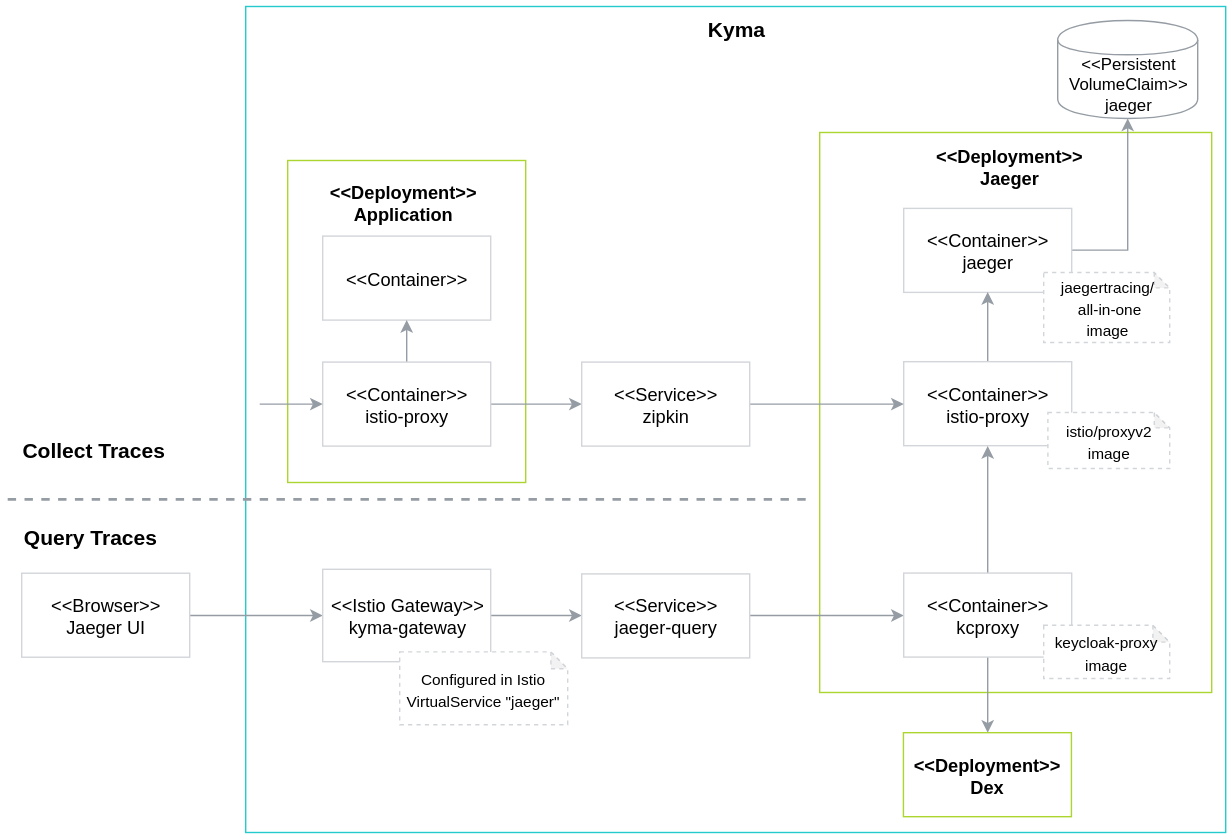
Earlier version of the draw.io export docs/05-technical-reference/03-architecture/assets/obsv-tracing-architecture.svg (kyma-project/kyma). Source tidied: cells renumbered, new cells last; positions are measured from the earlier drawing's top-left corner, leaving out a move shared by most shapes.
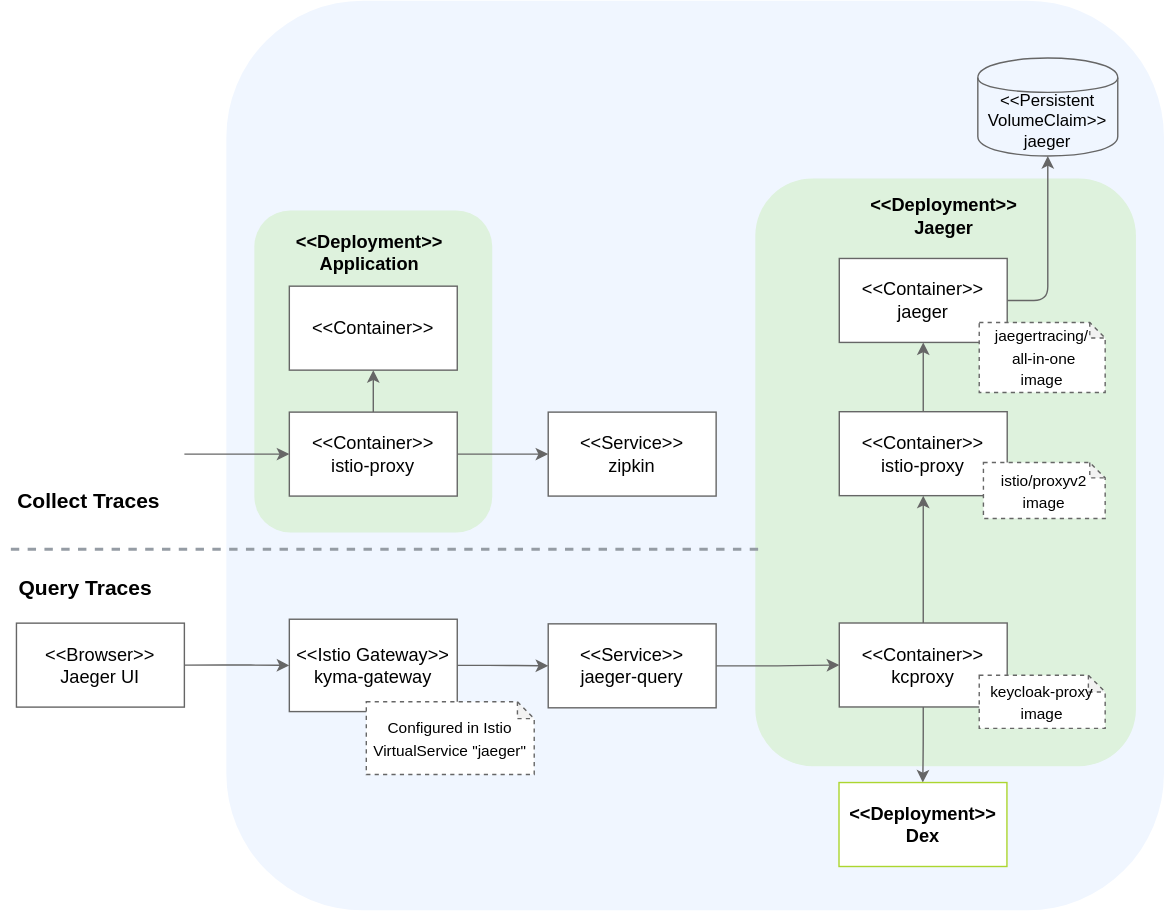
After the change.

Commit message:
update tracing architecture flow

Diff of the diagram source:
```diff
@@ -2,111 +2,108 @@
   <root>
     <mxCell id="0" />
     <mxCell id="1" parent="0" />
-    <mxCell id="2" value="&lt;font style=&quot;font-size: 15px&quot;&gt;&lt;b&gt;Kyma&lt;/b&gt;&lt;/font&gt;" style="rounded=0;whiteSpace=wrap;html=1;strokeColor=#24CACC;fillColor=none;fontSize=13;verticalAlign=top;" parent="1" vertex="1">
-      <mxGeometry x="170" width="700" height="590" as="geometry" />
-    </mxCell>
-    <mxCell id="3" style="rounded=0;whiteSpace=wrap;html=1;fontSize=13;strokeColor=#ACD62F;" parent="1" vertex="1">
-      <mxGeometry x="580" y="90" width="280" height="400" as="geometry" />
-    </mxCell>
+    <mxCell id="36" style="rounded=1;whiteSpace=wrap;html=1;strokeColor=none;fillColor=#F0F6FF;" parent="1" vertex="1">
+      <mxGeometry x="170" y="-40" width="670" height="650" as="geometry" />
+    </mxCell>
+    <mxCell id="37" style="rounded=1;whiteSpace=wrap;html=1;strokeColor=none;fillColor=#DEF2DD;" parent="1" vertex="1">
+      <mxGeometry x="190" y="110" width="170" height="230" as="geometry" />
+    </mxCell>
+    <mxCell id="38" style="rounded=1;whiteSpace=wrap;html=1;strokeColor=none;fillColor=#DEF2DD;" parent="1" vertex="1">
+      <mxGeometry x="548" y="87" width="272" height="420" as="geometry" />
+    </mxCell>
-    <mxCell id="4" style="edgeStyle=orthogonalEdgeStyle;rounded=0;jettySize=auto;html=1;exitX=1;exitY=0.5;exitDx=0;exitDy=0;entryX=0;entryY=0.5;entryDx=0;entryDy=0;fontSize=13;strokeColor=#959CA4;" parent="1" edge="1" source="5" target="7">
+    <mxCell id="4" style="edgeStyle=orthogonalEdgeStyle;rounded=1;jettySize=auto;html=1;exitX=1;exitY=0.5;exitDx=0;exitDy=0;entryX=0;entryY=0.5;entryDx=0;entryDy=0;fontSize=13;strokeColor=#666666;" parent="1" edge="1" source="5" target="7">
       <mxGeometry relative="1" as="geometry" />
     </mxCell>
-    <mxCell id="5" value="&lt;font style=&quot;font-size: 13px&quot;&gt;&amp;lt;&amp;lt;Browser&amp;gt;&amp;gt;&lt;br&gt;Jaeger UI&lt;/font&gt;" style="rounded=0;whiteSpace=wrap;html=1;strokeColor=#D2D5D9;" parent="1" vertex="1">
-      <mxGeometry x="10" y="404.8" width="120" height="60" as="geometry" />
+    <mxCell id="5" value="&lt;font style=&quot;font-size: 13px&quot;&gt;&amp;lt;&amp;lt;Browser&amp;gt;&amp;gt;&lt;br&gt;Jaeger UI&lt;/font&gt;" style="rounded=0;whiteSpace=wrap;html=1;strokeColor=#666666;" parent="1" vertex="1">
+      <mxGeometry x="20" y="404.8" width="120" height="60" as="geometry" />
     </mxCell>
-    <mxCell id="6" style="edgeStyle=orthogonalEdgeStyle;rounded=0;jettySize=auto;html=1;exitX=1;exitY=0.5;exitDx=0;exitDy=0;entryX=0;entryY=0.5;entryDx=0;entryDy=0;fontSize=13;strokeColor=#959CA4;" parent="1" edge="1" source="7" target="9">
+    <mxCell id="6" style="edgeStyle=orthogonalEdgeStyle;rounded=1;jettySize=auto;html=1;exitX=1;exitY=0.5;exitDx=0;exitDy=0;entryX=0;entryY=0.5;entryDx=0;entryDy=0;fontSize=13;strokeColor=#666666;" parent="1" edge="1" source="7" target="9">
       <mxGeometry relative="1" as="geometry" />
     </mxCell>
-    <mxCell id="7" value="&amp;lt;&amp;lt;Istio Gateway&amp;gt;&amp;gt;&lt;br style=&quot;font-size: 13px;&quot;&gt;kyma-gateway" style="rounded=0;whiteSpace=wrap;html=1;fontSize=13;strokeColor=#D2D5D9;" parent="1" vertex="1">
-      <mxGeometry x="225" y="402" width="120" height="66" as="geometry" />
+    <mxCell id="7" value="&amp;lt;&amp;lt;Istio Gateway&amp;gt;&amp;gt;&lt;br style=&quot;font-size: 13px;&quot;&gt;kyma-gateway" style="rounded=0;whiteSpace=wrap;html=1;fontSize=13;strokeColor=#666666;" parent="1" vertex="1">
+      <mxGeometry x="215" y="402" width="120" height="66" as="geometry" />
     </mxCell>
-    <mxCell id="8" style="edgeStyle=orthogonalEdgeStyle;rounded=0;jettySize=auto;html=1;entryX=0;entryY=0.5;entryDx=0;entryDy=0;fontSize=13;strokeColor=#959CA4;" parent="1" edge="1" source="9" target="16">
+    <mxCell id="8" style="edgeStyle=orthogonalEdgeStyle;rounded=1;jettySize=auto;html=1;entryX=0;entryY=0.5;entryDx=0;entryDy=0;fontSize=13;strokeColor=#666666;" parent="1" edge="1" source="9" target="16">
       <mxGeometry relative="1" as="geometry" />
     </mxCell>
-    <mxCell id="9" value="&amp;lt;&amp;lt;Service&amp;gt;&amp;gt;&lt;br style=&quot;font-size: 13px;&quot;&gt;jaeger-query" style="rounded=0;whiteSpace=wrap;html=1;fontSize=13;strokeColor=#D2D5D9;" parent="1" vertex="1">
-      <mxGeometry x="410" y="405.3" width="120" height="60" as="geometry" />
+    <mxCell id="9" value="&amp;lt;&amp;lt;Service&amp;gt;&amp;gt;&lt;br style=&quot;font-size: 13px;&quot;&gt;jaeger-query" style="rounded=0;whiteSpace=wrap;html=1;fontSize=13;strokeColor=#666666;" parent="1" vertex="1">
+      <mxGeometry x="400" y="405.3" width="120" height="60" as="geometry" />
     </mxCell>
-    <mxCell id="10" style="edgeStyle=orthogonalEdgeStyle;rounded=0;jettySize=auto;html=1;strokeColor=#959CA4;exitX=1;exitY=0.5;exitDx=0;exitDy=0;" parent="1" edge="1" source="11" target="34">
+    <mxCell id="10" style="edgeStyle=orthogonalEdgeStyle;rounded=1;jettySize=auto;html=1;exitX=1;exitY=0.5;exitDx=0;exitDy=0;strokeColor=#666666;" parent="1" edge="1" source="11" target="34">
       <mxGeometry relative="1" as="geometry" />
     </mxCell>
-    <mxCell id="11" value="&amp;lt;&amp;lt;Container&amp;gt;&amp;gt;&lt;br style=&quot;font-size: 13px;&quot;&gt;jaeger" style="rounded=0;whiteSpace=wrap;html=1;fontSize=13;strokeColor=#D2D5D9;" parent="1" vertex="1">
-      <mxGeometry x="640" y="144.2" width="120" height="60" as="geometry" />
+    <mxCell id="11" value="&amp;lt;&amp;lt;Container&amp;gt;&amp;gt;&lt;br style=&quot;font-size: 13px;&quot;&gt;jaeger" style="rounded=0;whiteSpace=wrap;html=1;fontSize=13;strokeColor=#666666;" parent="1" vertex="1">
+      <mxGeometry x="608" y="144.2" width="120" height="60" as="geometry" />
     </mxCell>
-    <mxCell id="12" style="edgeStyle=orthogonalEdgeStyle;rounded=0;jettySize=auto;html=1;exitX=0.5;exitY=0;exitDx=0;exitDy=0;entryX=0.5;entryY=1;entryDx=0;entryDy=0;fontSize=13;strokeColor=#959CA4;" parent="1" edge="1" source="13" target="11">
+    <mxCell id="12" style="edgeStyle=orthogonalEdgeStyle;rounded=1;jettySize=auto;html=1;exitX=0.5;exitY=0;exitDx=0;exitDy=0;entryX=0.5;entryY=1;entryDx=0;entryDy=0;fontSize=13;strokeColor=#666666;" parent="1" edge="1" source="13" target="11">
       <mxGeometry relative="1" as="geometry" />
     </mxCell>
-    <mxCell id="13" value="&amp;lt;&amp;lt;Container&amp;gt;&amp;gt;&lt;br style=&quot;font-size: 13px;&quot;&gt;istio-proxy" style="rounded=0;whiteSpace=wrap;html=1;fontSize=13;strokeColor=#D2D5D9;" parent="1" vertex="1">
-      <mxGeometry x="640" y="253.7" width="120" height="60" as="geometry" />
+    <mxCell id="13" value="&amp;lt;&amp;lt;Container&amp;gt;&amp;gt;&lt;br style=&quot;font-size: 13px;&quot;&gt;istio-proxy" style="rounded=0;whiteSpace=wrap;html=1;fontSize=13;strokeColor=#666666;" parent="1" vertex="1">
+      <mxGeometry x="608" y="253.7" width="120" height="60" as="geometry" />
     </mxCell>
-    <mxCell id="14" style="edgeStyle=orthogonalEdgeStyle;rounded=0;jettySize=auto;html=1;exitX=0.5;exitY=0;exitDx=0;exitDy=0;entryX=0.5;entryY=1;entryDx=0;entryDy=0;fontSize=13;strokeColor=#959CA4;" parent="1" edge="1" source="16" target="13">
+    <mxCell id="14" style="edgeStyle=orthogonalEdgeStyle;rounded=1;jettySize=auto;html=1;exitX=0.5;exitY=0;exitDx=0;exitDy=0;entryX=0.5;entryY=1;entryDx=0;entryDy=0;fontSize=13;strokeColor=#666666;" parent="1" edge="1" source="16" target="13">
       <mxGeometry relative="1" as="geometry" />
     </mxCell>
-    <mxCell id="15" style="edgeStyle=orthogonalEdgeStyle;rounded=0;jettySize=auto;html=1;fontSize=13;strokeColor=#959CA4;" parent="1" edge="1" source="16" target="17">
+    <mxCell id="15" style="edgeStyle=orthogonalEdgeStyle;rounded=1;jettySize=auto;html=1;fontSize=13;strokeColor=#666666;" parent="1" edge="1" source="16" target="17">
       <mxGeometry relative="1" as="geometry" />
     </mxCell>
-    <mxCell id="16" value="&amp;lt;&amp;lt;Container&amp;gt;&amp;gt;&lt;br style=&quot;font-size: 13px;&quot;&gt;kcproxy" style="rounded=0;whiteSpace=wrap;html=1;fontSize=13;strokeColor=#D2D5D9;" parent="1" vertex="1">
-      <mxGeometry x="640" y="404.7" width="120" height="60" as="geometry" />
+    <mxCell id="16" value="&amp;lt;&amp;lt;Container&amp;gt;&amp;gt;&lt;br style=&quot;font-size: 13px;&quot;&gt;kcproxy" style="rounded=0;whiteSpace=wrap;html=1;fontSize=13;strokeColor=#666666;" parent="1" vertex="1">
+      <mxGeometry x="608" y="404.7" width="120" height="60" as="geometry" />
     </mxCell>
     <mxCell id="17" value="&lt;b&gt;&amp;lt;&amp;lt;Deployment&amp;gt;&amp;gt;&lt;br style=&quot;font-size: 13px&quot;&gt;Dex&lt;/b&gt;" style="rounded=0;whiteSpace=wrap;html=1;fontSize=13;strokeColor=#ACD62F;" parent="1" vertex="1">
-      <mxGeometry x="639.8" y="518.7" width="120" height="60" as="geometry" />
+      <mxGeometry x="607.8" y="518.7" width="120" height="60" as="geometry" />
     </mxCell>
-    <mxCell id="18" style="rounded=0;whiteSpace=wrap;html=1;fontSize=13;strokeColor=#ACD62F;" parent="1" vertex="1">
-      <mxGeometry x="200" y="110" width="170" height="230" as="geometry" />
-    </mxCell>
-    <mxCell id="19" value="&lt;font style=&quot;font-size: 13px&quot;&gt;&amp;lt;&amp;lt;Container&amp;gt;&amp;gt;&lt;/font&gt;" style="rounded=0;whiteSpace=wrap;html=1;fontSize=13;strokeColor=#D2D5D9;" parent="1" vertex="1">
-      <mxGeometry x="225" y="164" width="120" height="60" as="geometry" />
+    <mxCell id="19" value="&lt;font style=&quot;font-size: 13px&quot;&gt;&amp;lt;&amp;lt;Container&amp;gt;&amp;gt;&lt;/font&gt;" style="rounded=0;whiteSpace=wrap;html=1;fontSize=13;strokeColor=#666666;" parent="1" vertex="1">
+      <mxGeometry x="215" y="164" width="120" height="60" as="geometry" />
     </mxCell>
-    <mxCell id="20" style="edgeStyle=orthogonalEdgeStyle;rounded=0;jettySize=auto;html=1;exitX=0.5;exitY=0;exitDx=0;exitDy=0;entryX=0.5;entryY=1;entryDx=0;entryDy=0;fontSize=13;strokeColor=#959CA4;" parent="1" edge="1" source="22" target="19">
+    <mxCell id="20" style="edgeStyle=orthogonalEdgeStyle;rounded=1;jettySize=auto;html=1;exitX=0.5;exitY=0;exitDx=0;exitDy=0;entryX=0.5;entryY=1;entryDx=0;entryDy=0;fontSize=13;strokeColor=#666666;" parent="1" edge="1" source="22" target="19">
       <mxGeometry relative="1" as="geometry" />
     </mxCell>
-    <mxCell id="21" style="edgeStyle=orthogonalEdgeStyle;rounded=0;jettySize=auto;html=1;exitX=1;exitY=0.5;exitDx=0;exitDy=0;entryX=0;entryY=0.5;entryDx=0;entryDy=0;fontSize=13;strokeColor=#959CA4;" parent="1" edge="1" source="22" target="25">
+    <mxCell id="21" style="edgeStyle=orthogonalEdgeStyle;rounded=1;jettySize=auto;html=1;exitX=1;exitY=0.5;exitDx=0;exitDy=0;entryX=0;entryY=0.5;entryDx=0;entryDy=0;fontSize=13;strokeColor=#666666;" parent="1" edge="1" source="22" target="25">
       <mxGeometry relative="1" as="geometry" />
     </mxCell>
-    <mxCell id="22" value="&lt;font style=&quot;font-size: 13px&quot;&gt;&amp;lt;&amp;lt;Container&amp;gt;&amp;gt;&lt;br style=&quot;font-size: 13px;&quot;&gt;istio-proxy&lt;/font&gt;" style="rounded=0;whiteSpace=wrap;html=1;fontSize=13;strokeColor=#D2D5D9;" parent="1" vertex="1">
-      <mxGeometry x="225" y="254" width="120" height="60" as="geometry" />
+    <mxCell id="22" value="&lt;font style=&quot;font-size: 13px&quot;&gt;&amp;lt;&amp;lt;Container&amp;gt;&amp;gt;&lt;br style=&quot;font-size: 13px;&quot;&gt;istio-proxy&lt;/font&gt;" style="rounded=0;whiteSpace=wrap;html=1;fontSize=13;strokeColor=#666666;" parent="1" vertex="1">
+      <mxGeometry x="215" y="254" width="120" height="60" as="geometry" />
     </mxCell>
     <mxCell id="23" value="&lt;font style=&quot;font-size: 13px&quot;&gt;&lt;b&gt;&amp;lt;&amp;lt;Deployment&amp;gt;&amp;gt;&lt;br style=&quot;font-size: 13px&quot;&gt;Application&lt;/b&gt;&lt;/font&gt;" style="text;html=1;strokeColor=none;fillColor=none;align=center;verticalAlign=middle;whiteSpace=wrap;rounded=0;fontSize=13;" parent="1" vertex="1">
-      <mxGeometry x="260" y="130" width="45" height="20" as="geometry" />
+      <mxGeometry x="250" y="130" width="45" height="20" as="geometry" />
     </mxCell>
-    <mxCell id="24" style="edgeStyle=orthogonalEdgeStyle;rounded=0;jettySize=auto;html=1;entryX=0;entryY=0.5;entryDx=0;entryDy=0;fontSize=13;strokeColor=#959CA4;" parent="1" edge="1" source="25" target="13">
-      <mxGeometry relative="1" as="geometry" />
-    </mxCell>
-    <mxCell id="25" value="&amp;lt;&amp;lt;Service&amp;gt;&amp;gt;&lt;br style=&quot;font-size: 13px;&quot;&gt;zipkin" style="rounded=0;whiteSpace=wrap;html=1;fontSize=13;strokeColor=#D2D5D9;" parent="1" vertex="1">
-      <mxGeometry x="410" y="254" width="120" height="60" as="geometry" />
+    <mxCell id="25" value="&amp;lt;&amp;lt;Service&amp;gt;&amp;gt;&lt;br style=&quot;font-size: 13px;&quot;&gt;zipkin" style="rounded=0;whiteSpace=wrap;html=1;fontSize=13;strokeColor=#666666;" parent="1" vertex="1">
+      <mxGeometry x="400" y="254" width="120" height="60" as="geometry" />
     </mxCell>
     <mxCell id="26" value="&lt;b&gt;&amp;lt;&amp;lt;Deployment&amp;gt;&amp;gt;&lt;br style=&quot;font-size: 13px&quot;&gt;Jaeger&lt;/b&gt;" style="text;html=1;strokeColor=none;fillColor=none;align=center;verticalAlign=middle;whiteSpace=wrap;rounded=0;fontSize=13;" parent="1" vertex="1">
-      <mxGeometry x="695" y="104" width="40" height="20" as="geometry" />
+      <mxGeometry x="663" y="104" width="40" height="20" as="geometry" />
     </mxCell>
-    <mxCell id="27" value="&lt;font style=&quot;font-size: 11px&quot;&gt;Configured in Istio VirtualService&amp;nbsp;&quot;jaeger&quot;&lt;/font&gt;" style="shape=note;whiteSpace=wrap;html=1;backgroundOutline=1;darkOpacity=0.05;size=12;fontSize=13;strokeColor=#D2D5D9;dashed=1;" parent="1" vertex="1">
-      <mxGeometry x="280" y="461" width="120" height="52" as="geometry" />
+    <mxCell id="27" value="&lt;font style=&quot;font-size: 11px&quot;&gt;Configured in Istio VirtualService&amp;nbsp;&quot;jaeger&quot;&lt;/font&gt;" style="shape=note;whiteSpace=wrap;html=1;backgroundOutline=1;darkOpacity=0.05;size=12;fontSize=13;dashed=1;strokeColor=#666666;" parent="1" vertex="1">
+      <mxGeometry x="270" y="461" width="120" height="52" as="geometry" />
     </mxCell>
-    <mxCell id="28" value="&lt;font style=&quot;font-size: 11px&quot;&gt;keycloak-proxy image&lt;/font&gt;" style="shape=note;whiteSpace=wrap;html=1;backgroundOutline=1;darkOpacity=0.05;size=12;fontSize=13;strokeColor=#D2D5D9;dashed=1;" parent="1" vertex="1">
-      <mxGeometry x="740" y="442" width="90" height="38" as="geometry" />
+    <mxCell id="28" value="&lt;font style=&quot;font-size: 11px&quot;&gt;keycloak-proxy image&lt;/font&gt;" style="shape=note;whiteSpace=wrap;html=1;backgroundOutline=1;darkOpacity=0.05;size=12;fontSize=13;dashed=1;strokeColor=#666666;" parent="1" vertex="1">
+      <mxGeometry x="708" y="442" width="90" height="38" as="geometry" />
     </mxCell>
-    <mxCell id="29" value="&lt;font style=&quot;font-size: 11px&quot;&gt;istio/proxyv2&lt;br&gt;image&lt;/font&gt;" style="shape=note;whiteSpace=wrap;html=1;backgroundOutline=1;darkOpacity=0.05;size=11;fontSize=13;strokeColor=#D2D5D9;dashed=1;" parent="1" vertex="1">
-      <mxGeometry x="743" y="290" width="87" height="40" as="geometry" />
+    <mxCell id="29" value="&lt;font style=&quot;font-size: 11px&quot;&gt;istio/proxyv2&lt;br&gt;image&lt;/font&gt;" style="shape=note;whiteSpace=wrap;html=1;backgroundOutline=1;darkOpacity=0.05;size=11;fontSize=13;dashed=1;strokeColor=#666666;" parent="1" vertex="1">
+      <mxGeometry x="711" y="290" width="87" height="40" as="geometry" />
     </mxCell>
-    <mxCell id="30" value="&lt;font style=&quot;font-size: 11px&quot;&gt;jaegertracing/&lt;br&gt;&amp;nbsp;all-in-one&lt;br&gt;image&lt;/font&gt;" style="shape=note;whiteSpace=wrap;html=1;backgroundOutline=1;darkOpacity=0.05;size=11;fontSize=13;strokeColor=#D2D5D9;dashed=1;" parent="1" vertex="1">
-      <mxGeometry x="740" y="190" width="90" height="50" as="geometry" />
+    <mxCell id="30" value="&lt;font style=&quot;font-size: 11px&quot;&gt;jaegertracing/&lt;br&gt;&amp;nbsp;all-in-one&lt;br&gt;image&lt;/font&gt;" style="shape=note;whiteSpace=wrap;html=1;backgroundOutline=1;darkOpacity=0.05;size=11;fontSize=13;dashed=1;strokeColor=#666666;" parent="1" vertex="1">
+      <mxGeometry x="708" y="190" width="90" height="50" as="geometry" />
     </mxCell>
     <mxCell id="31" style="endArrow=none;dashed=1;html=1;strokeColor=#959CA4;fontSize=13;strokeWidth=2;" parent="1" edge="1">
       <mxGeometry relative="1" as="geometry">
-        <mxPoint x="570" y="352" as="sourcePoint" />
-        <mxPoint y="352" as="targetPoint" />
+        <mxPoint x="550" y="352" as="sourcePoint" />
+        <mxPoint x="10" y="352" as="targetPoint" />
       </mxGeometry>
     </mxCell>
     <mxCell id="32" value="&lt;font style=&quot;font-size: 15px&quot;&gt;&lt;b&gt;Collect Traces&lt;/b&gt;&lt;/font&gt;" style="text;html=1;align=left;verticalAlign=top;spacingTop=-4;fontSize=13;" parent="1" vertex="1">
-      <mxGeometry x="9" y="305.5" width="120" height="20" as="geometry" />
+      <mxGeometry x="19" y="305.5" width="120" height="20" as="geometry" />
     </mxCell>
     <mxCell id="33" value="&lt;b&gt;&lt;font style=&quot;font-size: 15px&quot;&gt;Query Traces&lt;/font&gt;&lt;/b&gt;" style="text;html=1;align=left;verticalAlign=top;spacingTop=-4;fontSize=13;" parent="1" vertex="1">
-      <mxGeometry x="10" y="368" width="110" height="20" as="geometry" />
+      <mxGeometry x="20" y="368" width="110" height="20" as="geometry" />
     </mxCell>
-    <mxCell id="34" value="&amp;lt;&amp;lt;Persistent&lt;br&gt;VolumeClaim&amp;gt;&amp;gt;&lt;br&gt;jaeger" style="shape=cylinder;whiteSpace=wrap;html=1;boundedLbl=1;backgroundOutline=1;fillColor=none;strokeColor=#959CA4;" parent="1" vertex="1">
-      <mxGeometry x="750" y="10" width="100" height="70" as="geometry" />
+    <mxCell id="34" value="&amp;lt;&amp;lt;Persistent&lt;br&gt;VolumeClaim&amp;gt;&amp;gt;&lt;br&gt;jaeger" style="shape=cylinder;whiteSpace=wrap;html=1;boundedLbl=1;backgroundOutline=1;fillColor=none;strokeColor=#666666;" parent="1" vertex="1">
+      <mxGeometry x="707" y="1" width="100" height="70" as="geometry" />
     </mxCell>
-    <mxCell id="35" style="edgeStyle=orthogonalEdgeStyle;rounded=0;jettySize=auto;html=1;entryX=0;entryY=0.5;entryDx=0;entryDy=0;fontSize=13;strokeColor=#959CA4;" parent="1" edge="1" target="22">
+    <mxCell id="35" style="edgeStyle=orthogonalEdgeStyle;rounded=1;jettySize=auto;html=1;entryX=0;entryY=0.5;entryDx=0;entryDy=0;fontSize=13;strokeColor=#666666;" parent="1" edge="1" target="22">
       <mxGeometry relative="1" as="geometry">
-        <mxPoint x="180" y="284" as="sourcePoint" />
+        <mxPoint x="140" y="284" as="sourcePoint" />
       </mxGeometry>
     </mxCell>
   </root>
```
